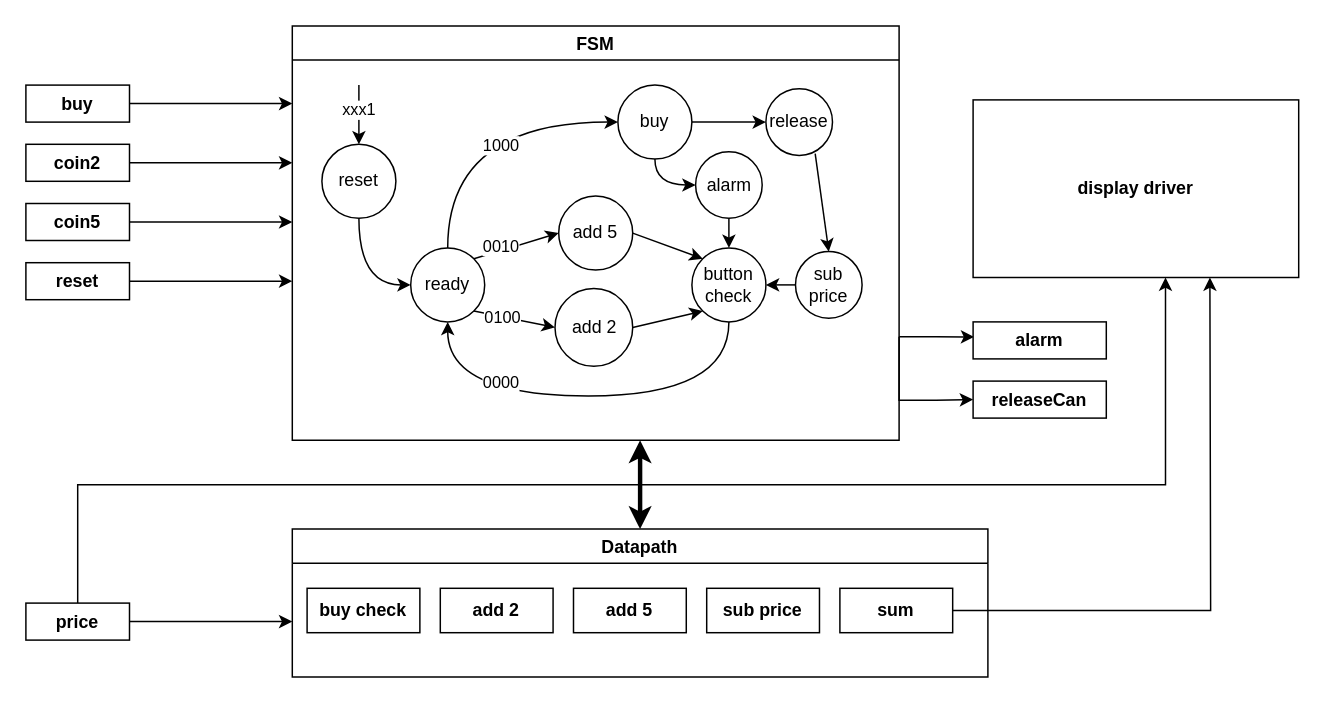
Earlier version of the draw.io diagram FSM+DP.drawio (nemzyx/FPGA-pong). Source tidied: cells renumbered, new cells numbered last; positions are measured from the earlier drawing's top-left corner, leaving out a move shared by most shapes. Both pictures are drawn from the tidied source at 148%, with x=0, y=0 at pixel (25, 25).
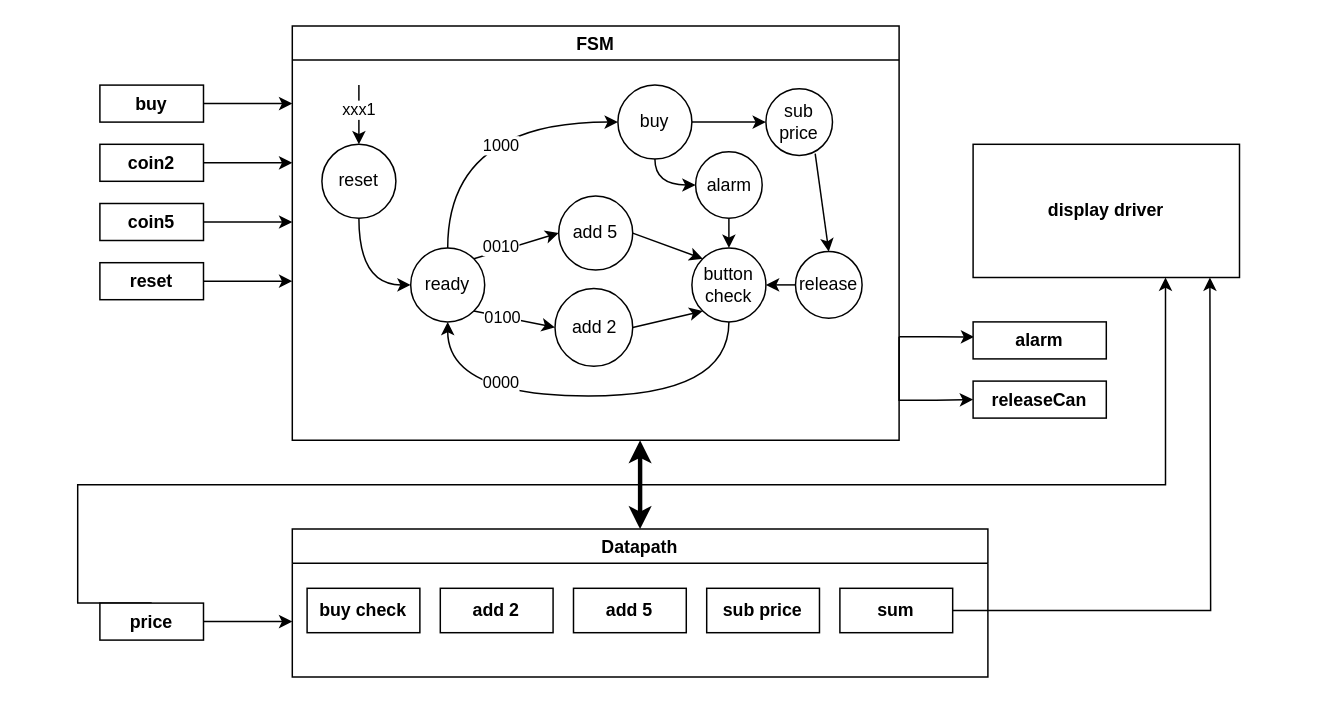
Above is the later version.

Unchanged cells that the change refers to:
```xml
<mxCell id="5" value="FSM" style="swimlane;" parent="1" vertex="1">
  <mxGeometry x="180" width="410" height="280" as="geometry" />
</mxCell>
```

Diff of the diagram source:
```diff
@@
-    <mxCell id="10" value="release" style="ellipse;whiteSpace=wrap;html=1;" parent="5" vertex="1">
+    <mxCell id="10" value="sub&lt;br&gt;price" style="ellipse;whiteSpace=wrap;html=1;" parent="5" vertex="1">
       <mxGeometry x="320" y="42.5" width="45" height="45" as="geometry" />
     </mxCell>
@@
-    <mxCell id="30" value="sub&lt;br&gt;price" style="ellipse;whiteSpace=wrap;html=1;" parent="5" vertex="1">
+    <mxCell id="30" value="release" style="ellipse;whiteSpace=wrap;html=1;" parent="5" vertex="1">
       <mxGeometry x="340" y="152.5" width="45" height="45" as="geometry" />
     </mxCell>
@@
     <mxCell id="35" value="price" style="rounded=0;whiteSpace=wrap;html=1;fontStyle=1;" parent="1" vertex="1">
-      <mxGeometry y="390" width="70" height="25" as="geometry" />
+      <mxGeometry x="50" y="390" width="70" height="25" as="geometry" />
     </mxCell>
@@
     <mxCell id="43" value="buy" style="rounded=0;whiteSpace=wrap;html=1;fontStyle=1;" parent="1" vertex="1">
-      <mxGeometry y="40" width="70" height="25" as="geometry" />
+      <mxGeometry x="50" y="40" width="70" height="25" as="geometry" />
     </mxCell>
@@
     <mxCell id="45" value="coin2" style="rounded=0;whiteSpace=wrap;html=1;fontStyle=1;" parent="1" vertex="1">
-      <mxGeometry y="80" width="70" height="25" as="geometry" />
+      <mxGeometry x="50" y="80" width="70" height="25" as="geometry" />
     </mxCell>
@@
     <mxCell id="47" value="coin5" style="rounded=0;whiteSpace=wrap;html=1;fontStyle=1;" parent="1" vertex="1">
-      <mxGeometry y="120" width="70" height="25" as="geometry" />
+      <mxGeometry x="50" y="120" width="70" height="25" as="geometry" />
     </mxCell>
@@
     <mxCell id="49" value="reset" style="rounded=0;whiteSpace=wrap;html=1;fontStyle=1;" parent="1" vertex="1">
-      <mxGeometry y="160" width="70" height="25" as="geometry" />
+      <mxGeometry x="50" y="160" width="70" height="25" as="geometry" />
     </mxCell>
@@
     <mxCell id="53" value="display driver" style="rounded=0;whiteSpace=wrap;html=1;fontStyle=1;" parent="1" vertex="1">
-      <mxGeometry x="640" y="50" width="220" height="120" as="geometry" />
+      <mxGeometry x="640" y="80" width="180" height="90" as="geometry" />
     </mxCell>
```
